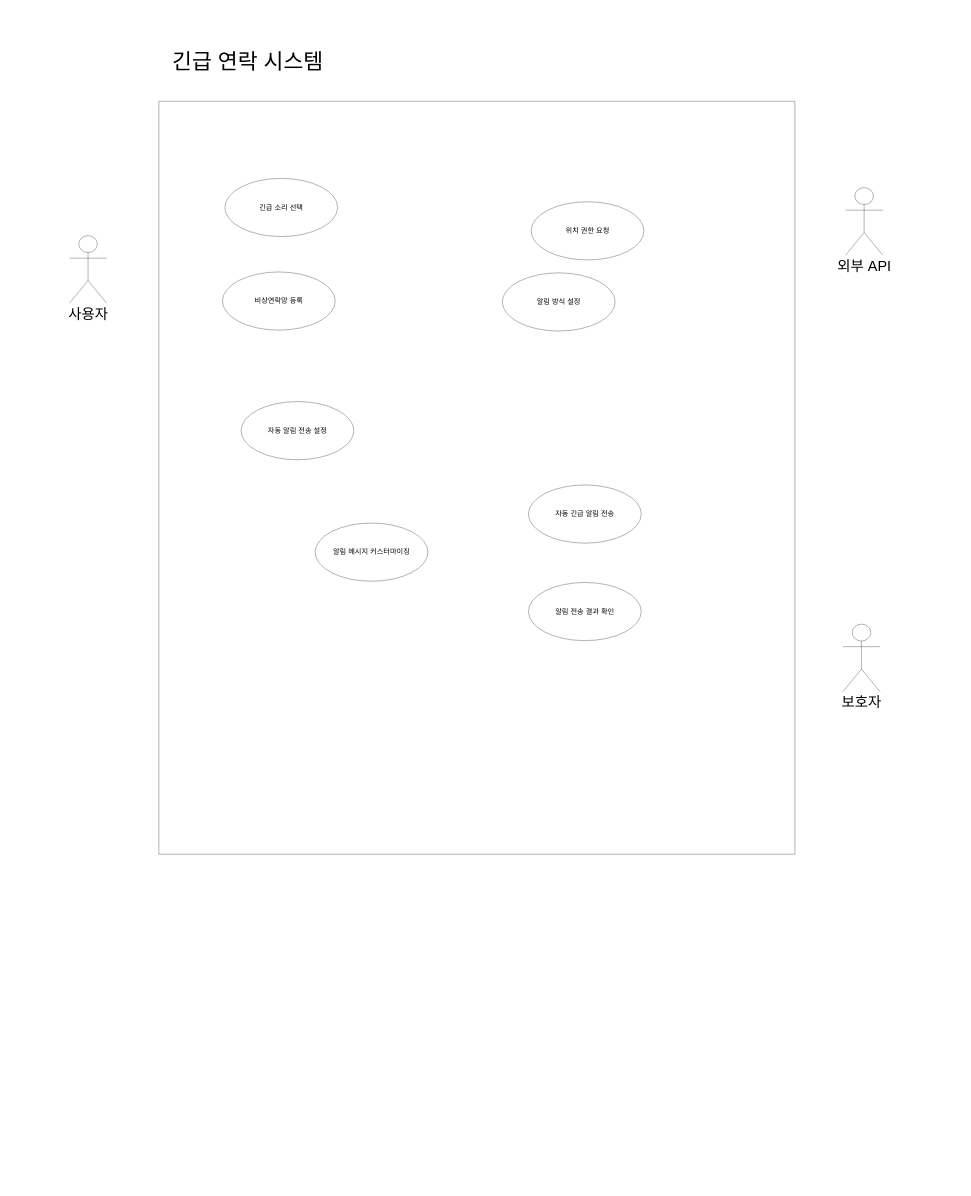
Earlier version of the draw.io diagram 2025_ToI_Usecase.drawio (PotatoNPotato/Docs). Source tidied: cells renumbered, new cells numbered last; positions are measured from the earlier drawing's top-left corner, leaving out a move shared by most shapes. Both pictures are drawn from the tidied source at 30%, with x=0, y=0 at pixel (69, 47).
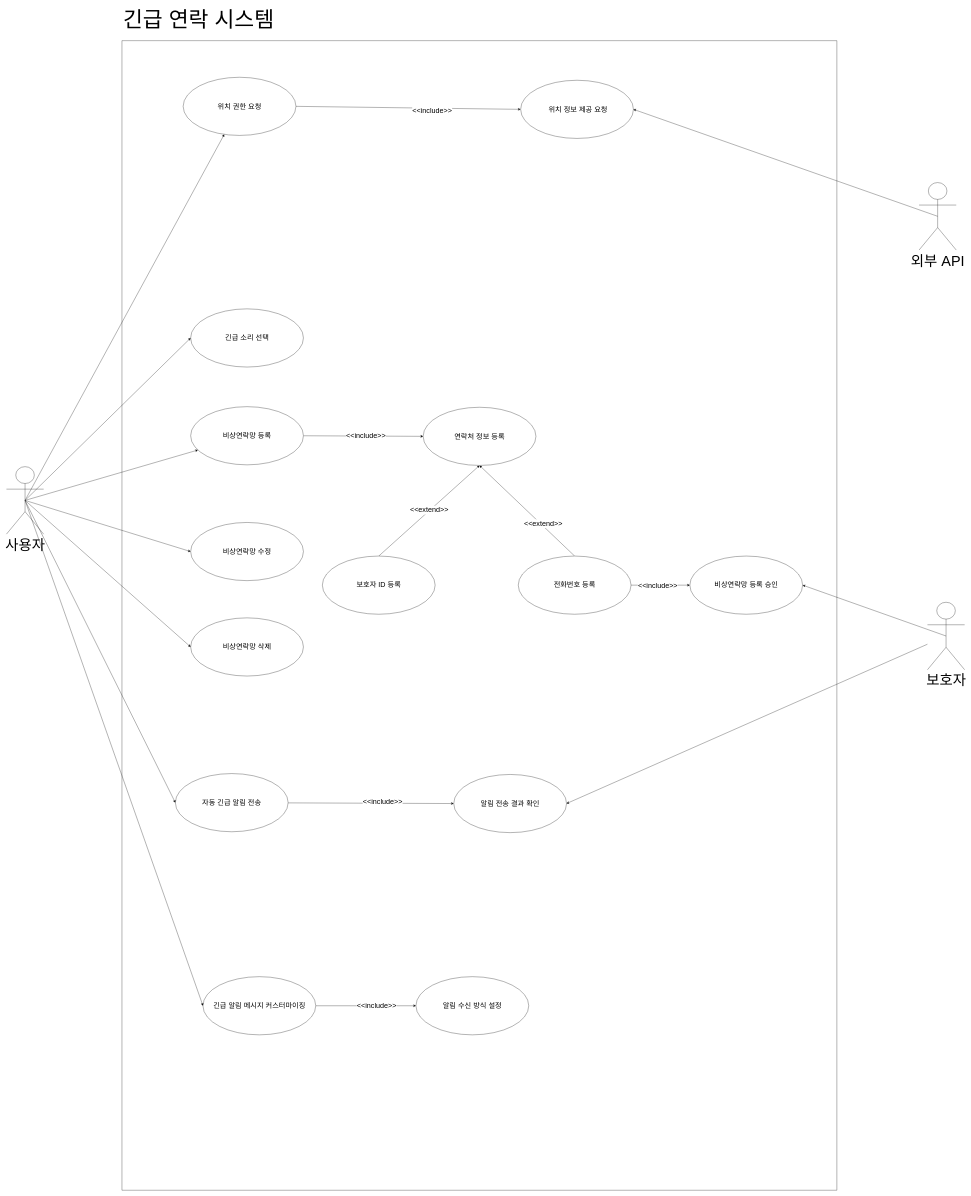
After the change.

The edit, as a diff of the source:
```diff
@@
-    <mxCell id="2" style="swimlane;startSize=0;" parent="1" vertex="1">
-      <mxGeometry x="298" y="180" width="2120" height="2510" as="geometry" />
-    </mxCell>
+    <mxCell id="15" style="swimlane;startSize=0;" parent="1" vertex="1">
+      <mxGeometry x="175" y="-22" width="2383" height="3832" as="geometry" />
+    </mxCell>
+    <mxCell id="16" style="edgeStyle=none;shape=connector;rounded=0;jettySize=auto;html=1;exitX=1;exitY=0.5;exitDx=0;exitDy=0;entryX=0;entryY=0.5;entryDx=0;entryDy=0;strokeColor=default;align=center;verticalAlign=middle;fontFamily=Helvetica;fontSize=11;fontColor=default;labelBackgroundColor=default;endArrow=classic;" parent="15" edge="1" source="8" target="39">
+      <mxGeometry relative="1" as="geometry" />
+    </mxCell>
+    <mxCell id="17" value="&lt;font style=&quot;font-size: 24px;&quot;&gt;&amp;lt;&amp;lt;include&amp;gt;&amp;gt;&lt;/font&gt;" style="edgeLabel;html=1;align=center;verticalAlign=middle;fontFamily=Helvetica;fontSize=11;fontColor=default;labelBackgroundColor=default;" parent="16" vertex="1">
+      <mxGeometry x="0.21" y="-9" relative="1" as="geometry">
+        <mxPoint x="1" as="offset" />
+      </mxGeometry>
+    </mxCell>
+    <mxCell id="8" value="&lt;span style=&quot;font-size: 24px;&quot;&gt;위치 권한 요청&lt;/span&gt;" style="ellipse;whiteSpace=wrap;html=1;" parent="15" vertex="1">
+      <mxGeometry x="204" y="122" width="376" height="194" as="geometry" />
+    </mxCell>
+    <mxCell id="18" style="edgeStyle=none;shape=connector;rounded=0;jettySize=auto;html=1;exitX=1;exitY=0.5;exitDx=0;exitDy=0;strokeColor=default;align=center;verticalAlign=middle;fontFamily=Helvetica;fontSize=11;fontColor=default;labelBackgroundColor=default;endArrow=classic;" parent="15" edge="1" source="20" target="21">
+      <mxGeometry relative="1" as="geometry" />
+    </mxCell>
+    <mxCell id="19" value="&lt;font style=&quot;font-size: 24px;&quot;&gt;&amp;lt;&amp;lt;include&amp;gt;&amp;gt;&lt;/font&gt;" style="edgeLabel;html=1;align=center;verticalAlign=middle;fontFamily=Helvetica;fontSize=11;fontColor=default;labelBackgroundColor=default;" parent="18" vertex="1">
+      <mxGeometry x="0.21" relative="1" as="geometry" />
+    </mxCell>
+    <mxCell id="20" value="&lt;span style=&quot;font-size: 24px;&quot;&gt;긴급 알림 메시지 커스터마이징&lt;/span&gt;" style="ellipse;whiteSpace=wrap;html=1;" parent="15" vertex="1">
+      <mxGeometry x="270" y="3120" width="376" height="194" as="geometry" />
+    </mxCell>
+    <mxCell id="21" value="&lt;span style=&quot;font-size: 24px;&quot;&gt;알림 수신 방식 설정&lt;/span&gt;" style="ellipse;whiteSpace=wrap;html=1;" parent="15" vertex="1">
+      <mxGeometry x="980" y="3120" width="376" height="194" as="geometry" />
+    </mxCell>
-    <mxCell id="3" value="&lt;span style=&quot;font-size: 24px;&quot;&gt;긴급 소리 선택&lt;/span&gt;" style="ellipse;whiteSpace=wrap;html=1;" parent="2" vertex="1">
-      <mxGeometry x="220" y="257" width="376" height="194" as="geometry" />
+    <mxCell id="3" value="&lt;span style=&quot;font-size: 24px;&quot;&gt;긴급 소리 선택&lt;/span&gt;" style="ellipse;whiteSpace=wrap;html=1;" parent="15" vertex="1">
+      <mxGeometry x="229" y="894" width="376" height="194" as="geometry" />
     </mxCell>
+    <mxCell id="22" style="edgeStyle=none;shape=connector;rounded=0;jettySize=auto;html=1;exitX=1;exitY=0.5;exitDx=0;exitDy=0;entryX=0;entryY=0.5;entryDx=0;entryDy=0;strokeColor=default;align=center;verticalAlign=middle;fontFamily=Helvetica;fontSize=11;fontColor=default;labelBackgroundColor=default;endArrow=classic;" parent="15" edge="1" source="4" target="40">
+      <mxGeometry relative="1" as="geometry" />
+    </mxCell>
+    <mxCell id="23" value="&lt;font style=&quot;font-size: 24px;&quot;&gt;&amp;lt;&amp;lt;include&amp;gt;&amp;gt;&lt;/font&gt;" style="edgeLabel;html=1;align=center;verticalAlign=middle;fontFamily=Helvetica;fontSize=11;fontColor=default;labelBackgroundColor=default;" parent="22" vertex="1">
+      <mxGeometry x="0.04" y="1" relative="1" as="geometry" />
+    </mxCell>
-    <mxCell id="4" value="&lt;span style=&quot;font-size: 24px;&quot;&gt;비상연락망 등록&lt;/span&gt;" style="ellipse;whiteSpace=wrap;html=1;" parent="2" vertex="1">
-      <mxGeometry x="212" y="569" width="376" height="194" as="geometry" />
+    <mxCell id="4" value="&lt;span style=&quot;font-size: 24px;&quot;&gt;비상연락망 등록&lt;/span&gt;" style="ellipse;whiteSpace=wrap;html=1;" parent="15" vertex="1">
+      <mxGeometry x="229" y="1220" width="376" height="194" as="geometry" />
     </mxCell>
-    <mxCell id="5" value="&lt;span style=&quot;font-size: 24px;&quot;&gt;자동 알림 전송 설정&lt;/span&gt;" style="ellipse;whiteSpace=wrap;html=1;" parent="2" vertex="1">
-      <mxGeometry x="274" y="1001" width="376" height="194" as="geometry" />
-    </mxCell>
+    <mxCell id="24" style="rounded=0;jettySize=auto;html=1;entryX=0;entryY=0.5;entryDx=0;entryDy=0;" parent="15" edge="1" source="6" target="7">
+      <mxGeometry relative="1" as="geometry" />
+    </mxCell>
+    <mxCell id="25" value="&lt;font style=&quot;font-size: 24px;&quot;&gt;&amp;lt;&amp;lt;include&amp;gt;&amp;gt;&lt;/font&gt;" style="edgeLabel;html=1;align=center;verticalAlign=middle;" parent="24" vertex="1">
+      <mxGeometry x="0.13" y="6" relative="1" as="geometry">
+        <mxPoint x="2" as="offset" />
+      </mxGeometry>
+    </mxCell>
-    <mxCell id="6" value="&lt;span style=&quot;font-size: 24px;&quot;&gt;자동 긴급 알림 전송&lt;/span&gt;" style="ellipse;whiteSpace=wrap;html=1;" parent="2" vertex="1">
-      <mxGeometry x="1232" y="1279" width="376" height="194" as="geometry" />
+    <mxCell id="6" value="&lt;span style=&quot;font-size: 24px;&quot;&gt;자동 긴급 알림 전송&lt;/span&gt;" style="ellipse;whiteSpace=wrap;html=1;" parent="15" vertex="1">
+      <mxGeometry x="178" y="2443" width="376" height="194" as="geometry" />
     </mxCell>
-    <mxCell id="7" value="&lt;span style=&quot;font-size: 24px;&quot;&gt;알림 전송 결과 확인&lt;/span&gt;" style="ellipse;whiteSpace=wrap;html=1;" parent="2" vertex="1">
-      <mxGeometry x="1232" y="1604" width="376" height="194" as="geometry" />
+    <mxCell id="7" value="&lt;span style=&quot;font-size: 24px;&quot;&gt;알림 전송 결과 확인&lt;/span&gt;" style="ellipse;whiteSpace=wrap;html=1;" parent="15" vertex="1">
+      <mxGeometry x="1106" y="2446" width="376" height="194" as="geometry" />
     </mxCell>
-    <mxCell id="8" value="&lt;span style=&quot;font-size: 24px;&quot;&gt;위치 권한 요청&lt;/span&gt;" style="ellipse;whiteSpace=wrap;html=1;" parent="2" vertex="1">
-      <mxGeometry x="1241" y="335" width="376" height="194" as="geometry" />
-    </mxCell>
-    <mxCell id="9" value="&lt;span style=&quot;font-size: 24px;&quot;&gt;알림 메시지 커스터마이징&lt;/span&gt;" style="ellipse;whiteSpace=wrap;html=1;" parent="2" vertex="1">
-      <mxGeometry x="521" y="1406" width="376" height="194" as="geometry" />
-    </mxCell>
-    <mxCell id="10" value="&lt;span style=&quot;font-size: 24px;&quot;&gt;알림 방식 설정&lt;/span&gt;" style="ellipse;whiteSpace=wrap;html=1;" parent="2" vertex="1">
-      <mxGeometry x="1145" y="572" width="376" height="194" as="geometry" />
-    </mxCell>
+    <mxCell id="26" value="&lt;span style=&quot;font-size: 24px;&quot;&gt;비상연락망 삭제&lt;/span&gt;" style="ellipse;whiteSpace=wrap;html=1;" parent="15" vertex="1">
+      <mxGeometry x="229" y="1924" width="376" height="194" as="geometry" />
+    </mxCell>
+    <mxCell id="27" value="&lt;span style=&quot;font-size: 24px;&quot;&gt;비상연락망 수정&lt;/span&gt;" style="ellipse;whiteSpace=wrap;html=1;" parent="15" vertex="1">
+      <mxGeometry x="229" y="1606" width="376" height="194" as="geometry" />
+    </mxCell>
+    <mxCell id="28" style="edgeStyle=none;shape=connector;rounded=0;jettySize=auto;html=1;exitX=0.5;exitY=0;exitDx=0;exitDy=0;strokeColor=default;align=center;verticalAlign=middle;fontFamily=Helvetica;fontSize=11;fontColor=default;labelBackgroundColor=default;endArrow=classic;entryX=0.5;entryY=1;entryDx=0;entryDy=0;" parent="15" edge="1" source="33" target="40">
+      <mxGeometry relative="1" as="geometry" />
+    </mxCell>
+    <mxCell id="29" style="edgeLabel;html=1;align=center;verticalAlign=middle;fontFamily=Helvetica;fontSize=11;fontColor=default;labelBackgroundColor=default;" parent="28" vertex="1">
+      <mxGeometry x="-0.35" y="5" relative="1" as="geometry">
+        <mxPoint x="1" as="offset" />
+      </mxGeometry>
+    </mxCell>
+    <mxCell id="30" value="&lt;font style=&quot;font-size: 24px;&quot;&gt;&amp;lt;&amp;lt;extend&amp;gt;&amp;gt;&lt;/font&gt;" style="edgeLabel;html=1;align=center;verticalAlign=middle;fontFamily=Helvetica;fontSize=11;fontColor=default;labelBackgroundColor=default;" parent="28" vertex="1">
+      <mxGeometry x="-0.31" y="-5" relative="1" as="geometry">
+        <mxPoint y="-1" as="offset" />
+      </mxGeometry>
+    </mxCell>
+    <mxCell id="31" style="edgeStyle=none;shape=connector;rounded=0;jettySize=auto;html=1;exitX=1;exitY=0.5;exitDx=0;exitDy=0;strokeColor=default;align=center;verticalAlign=middle;fontFamily=Helvetica;fontSize=11;fontColor=default;labelBackgroundColor=default;endArrow=classic;" parent="15" edge="1" source="33" target="38">
+      <mxGeometry relative="1" as="geometry" />
+    </mxCell>
+    <mxCell id="32" value="&lt;font style=&quot;font-size: 24px;&quot;&gt;&amp;lt;&amp;lt;include&amp;gt;&amp;gt;&lt;/font&gt;" style="edgeLabel;html=1;align=center;verticalAlign=middle;fontFamily=Helvetica;fontSize=11;fontColor=default;labelBackgroundColor=default;" parent="31" vertex="1">
+      <mxGeometry x="-0.1" y="-2" relative="1" as="geometry" />
+    </mxCell>
+    <mxCell id="33" value="&lt;span style=&quot;font-size: 24px;&quot;&gt;전화번호 등록&lt;/span&gt;" style="ellipse;whiteSpace=wrap;html=1;" parent="15" vertex="1">
+      <mxGeometry x="1321" y="1718" width="376" height="194" as="geometry" />
+    </mxCell>
+    <mxCell id="34" style="edgeStyle=none;shape=connector;rounded=0;jettySize=auto;html=1;exitX=0.5;exitY=0;exitDx=0;exitDy=0;strokeColor=default;align=center;verticalAlign=middle;fontFamily=Helvetica;fontSize=11;fontColor=default;labelBackgroundColor=default;endArrow=classic;entryX=0.5;entryY=1;entryDx=0;entryDy=0;" parent="15" edge="1" source="37" target="40">
+      <mxGeometry relative="1" as="geometry" />
+    </mxCell>
+    <mxCell id="35" style="edgeLabel;html=1;align=center;verticalAlign=middle;fontFamily=Helvetica;fontSize=11;fontColor=default;labelBackgroundColor=default;" parent="34" vertex="1">
+      <mxGeometry x="-0.01" relative="1" as="geometry" />
+    </mxCell>
+    <mxCell id="36" value="&lt;font style=&quot;font-size: 24px;&quot;&gt;&amp;lt;&amp;lt;extend&amp;gt;&amp;gt;&lt;/font&gt;" style="edgeLabel;html=1;align=center;verticalAlign=middle;fontFamily=Helvetica;fontSize=11;fontColor=default;labelBackgroundColor=default;" parent="34" vertex="1">
+      <mxGeometry x="0.01" y="2" relative="1" as="geometry">
+        <mxPoint x="-1" as="offset" />
+      </mxGeometry>
+    </mxCell>
+    <mxCell id="37" value="&lt;span style=&quot;font-size: 24px;&quot;&gt;보호자 ID 등록&lt;/span&gt;" style="ellipse;whiteSpace=wrap;html=1;" parent="15" vertex="1">
+      <mxGeometry x="668" y="1718" width="376" height="194" as="geometry" />
+    </mxCell>
+    <mxCell id="38" value="&lt;span style=&quot;font-size: 24px;&quot;&gt;비상연락망 등록 승인&lt;/span&gt;" style="ellipse;whiteSpace=wrap;html=1;" parent="15" vertex="1">
+      <mxGeometry x="1893" y="1718" width="376" height="194" as="geometry" />
+    </mxCell>
+    <mxCell id="39" value="&lt;span style=&quot;font-size: 24px;&quot;&gt;&amp;nbsp;위치 정보 제공 요청&lt;/span&gt;" style="ellipse;whiteSpace=wrap;html=1;" parent="15" vertex="1">
+      <mxGeometry x="1329" y="132" width="376" height="194" as="geometry" />
+    </mxCell>
+    <mxCell id="40" value="&lt;span style=&quot;font-size: 24px;&quot;&gt;연락처 정보 등록&lt;/span&gt;" style="ellipse;whiteSpace=wrap;html=1;" parent="15" vertex="1">
+      <mxGeometry x="1004" y="1222" width="376" height="194" as="geometry" />
+    </mxCell>
+    <mxCell id="41" style="rounded=0;jettySize=auto;html=1;exitX=0.5;exitY=0.5;exitDx=0;exitDy=0;exitPerimeter=0;" parent="1" edge="1" source="12" target="4">
+      <mxGeometry relative="1" as="geometry" />
+    </mxCell>
+    <mxCell id="42" style="rounded=0;jettySize=auto;html=1;exitX=0.5;exitY=0.5;exitDx=0;exitDy=0;exitPerimeter=0;entryX=0;entryY=0.5;entryDx=0;entryDy=0;" parent="1" edge="1" source="12" target="26">
+      <mxGeometry relative="1" as="geometry" />
+    </mxCell>
+    <mxCell id="43" style="rounded=0;jettySize=auto;html=1;exitX=0.5;exitY=0.5;exitDx=0;exitDy=0;exitPerimeter=0;entryX=0;entryY=0.5;entryDx=0;entryDy=0;" parent="1" edge="1" source="12" target="27">
+      <mxGeometry relative="1" as="geometry" />
+    </mxCell>
+    <mxCell id="44" style="rounded=0;jettySize=auto;html=1;exitX=0.5;exitY=0.5;exitDx=0;exitDy=0;exitPerimeter=0;entryX=0;entryY=0.5;entryDx=0;entryDy=0;" parent="1" edge="1" source="12" target="3">
+      <mxGeometry relative="1" as="geometry" />
+    </mxCell>
+    <mxCell id="45" style="rounded=0;jettySize=auto;html=1;exitX=0.5;exitY=0.5;exitDx=0;exitDy=0;exitPerimeter=0;entryX=0;entryY=0.5;entryDx=0;entryDy=0;" parent="1" edge="1" source="12" target="6">
+      <mxGeometry relative="1" as="geometry" />
+    </mxCell>
+    <mxCell id="46" style="edgeStyle=none;shape=connector;rounded=0;jettySize=auto;html=1;exitX=0.5;exitY=0.5;exitDx=0;exitDy=0;exitPerimeter=0;entryX=0;entryY=0.5;entryDx=0;entryDy=0;strokeColor=default;align=center;verticalAlign=middle;fontFamily=Helvetica;fontSize=11;fontColor=default;labelBackgroundColor=default;endArrow=classic;" parent="1" edge="1" source="12" target="20">
+      <mxGeometry relative="1" as="geometry" />
+    </mxCell>
+    <mxCell id="12" value="&lt;font style=&quot;font-size: 48px;&quot;&gt;사용자&lt;/font&gt;" style="shape=umlActor;verticalLabelPosition=bottom;verticalAlign=top;html=1;outlineConnect=0;" parent="1" vertex="1">
+      <mxGeometry x="-210" y="1398" width="124" height="225" as="geometry" />
+    </mxCell>
+    <mxCell id="47" style="rounded=0;jettySize=auto;html=1;entryX=1;entryY=0.5;entryDx=0;entryDy=0;" parent="1" edge="1" source="13" target="7">
+      <mxGeometry relative="1" as="geometry" />
+    </mxCell>
+    <mxCell id="48" style="edgeStyle=none;shape=connector;rounded=0;jettySize=auto;html=1;exitX=0.5;exitY=0.5;exitDx=0;exitDy=0;exitPerimeter=0;entryX=1;entryY=0.5;entryDx=0;entryDy=0;strokeColor=default;align=center;verticalAlign=middle;fontFamily=Helvetica;fontSize=11;fontColor=default;labelBackgroundColor=default;endArrow=classic;" parent="1" edge="1" source="13" target="38">
+      <mxGeometry relative="1" as="geometry" />
+    </mxCell>
+    <mxCell id="13" value="&lt;span style=&quot;font-size: 48px;&quot;&gt;보호자&lt;/span&gt;" style="shape=umlActor;verticalLabelPosition=bottom;verticalAlign=top;html=1;outlineConnect=0;" parent="1" vertex="1">
+      <mxGeometry x="2860" y="1850" width="124" height="225" as="geometry" />
+    </mxCell>
+    <mxCell id="49" style="rounded=0;jettySize=auto;html=1;exitX=0.5;exitY=0.5;exitDx=0;exitDy=0;exitPerimeter=0;entryX=1;entryY=0.5;entryDx=0;entryDy=0;" parent="1" edge="1" source="14" target="39">
+      <mxGeometry relative="1" as="geometry" />
+    </mxCell>
+    <mxCell id="14" value="&lt;span style=&quot;font-size: 48px;&quot;&gt;외부 API&lt;/span&gt;" style="shape=umlActor;verticalLabelPosition=bottom;verticalAlign=top;html=1;outlineConnect=0;" parent="1" vertex="1">
+      <mxGeometry x="2832" y="451" width="124" height="225" as="geometry" />
+    </mxCell>
     <mxCell id="11" value="&lt;font style=&quot;font-size: 72px;&quot;&gt;긴급 연락 시스템&amp;nbsp;&lt;/font&gt;" style="text;html=1;align=center;verticalAlign=middle;strokeColor=none;fillColor=none;" parent="1" vertex="1">
-      <mxGeometry x="333" width="542" height="98" as="geometry" />
+      <mxGeometry x="169" y="-140" width="542" height="98" as="geometry" />
     </mxCell>
-    <mxCell id="12" value="&lt;font style=&quot;font-size: 48px;&quot;&gt;사용자&lt;/font&gt;" style="shape=umlActor;verticalLabelPosition=bottom;verticalAlign=top;html=1;outlineConnect=0;" parent="1" vertex="1">
-      <mxGeometry y="628" width="124" height="225" as="geometry" />
-    </mxCell>
-    <mxCell id="13" value="&lt;span style=&quot;font-size: 48px;&quot;&gt;보호자&lt;/span&gt;" style="shape=umlActor;verticalLabelPosition=bottom;verticalAlign=top;html=1;outlineConnect=0;" parent="1" vertex="1">
-      <mxGeometry x="2578" y="1923" width="124" height="225" as="geometry" />
-    </mxCell>
-    <mxCell id="14" value="&lt;span style=&quot;font-size: 48px;&quot;&gt;외부 API&lt;/span&gt;" style="shape=umlActor;verticalLabelPosition=bottom;verticalAlign=top;html=1;outlineConnect=0;" parent="1" vertex="1">
-      <mxGeometry x="2587" y="468" width="124" height="225" as="geometry" />
-    </mxCell>
+    <mxCell id="50" style="rounded=0;jettySize=auto;html=1;exitX=0.5;exitY=0.5;exitDx=0;exitDy=0;exitPerimeter=0;" parent="1" edge="1" source="12" target="8">
+      <mxGeometry relative="1" as="geometry" />
+    </mxCell>
```
